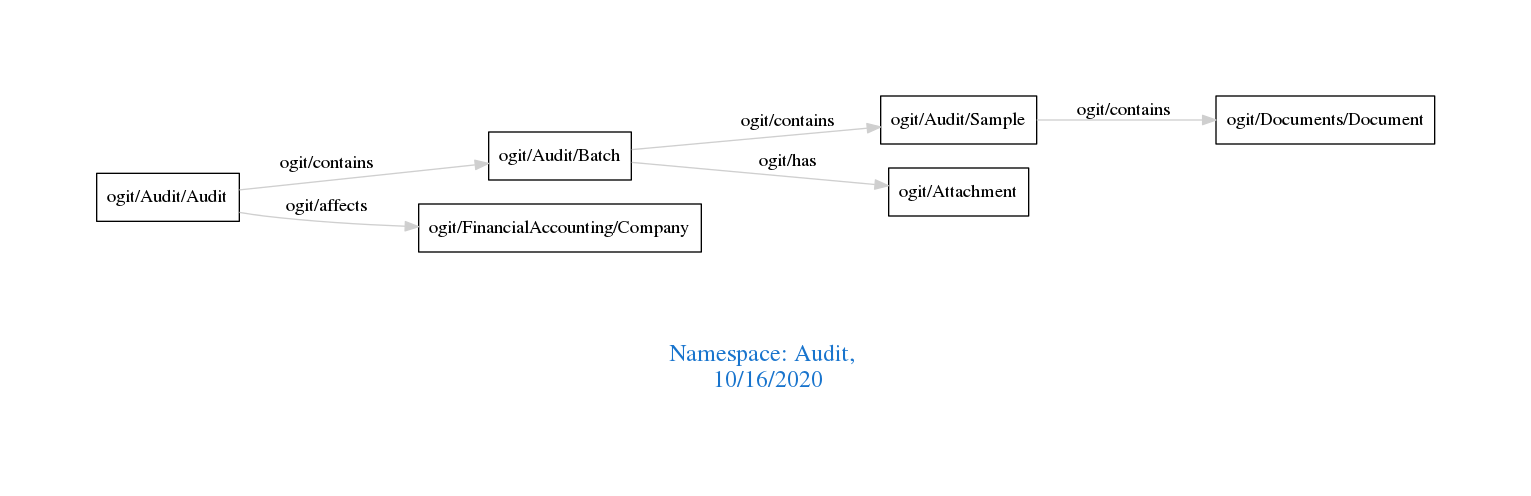
This is downloads/Audit.png from arago/OGIT, a Graphviz export, as it was before one commit. Its source is kept beside it as downloads/Audit.dot.
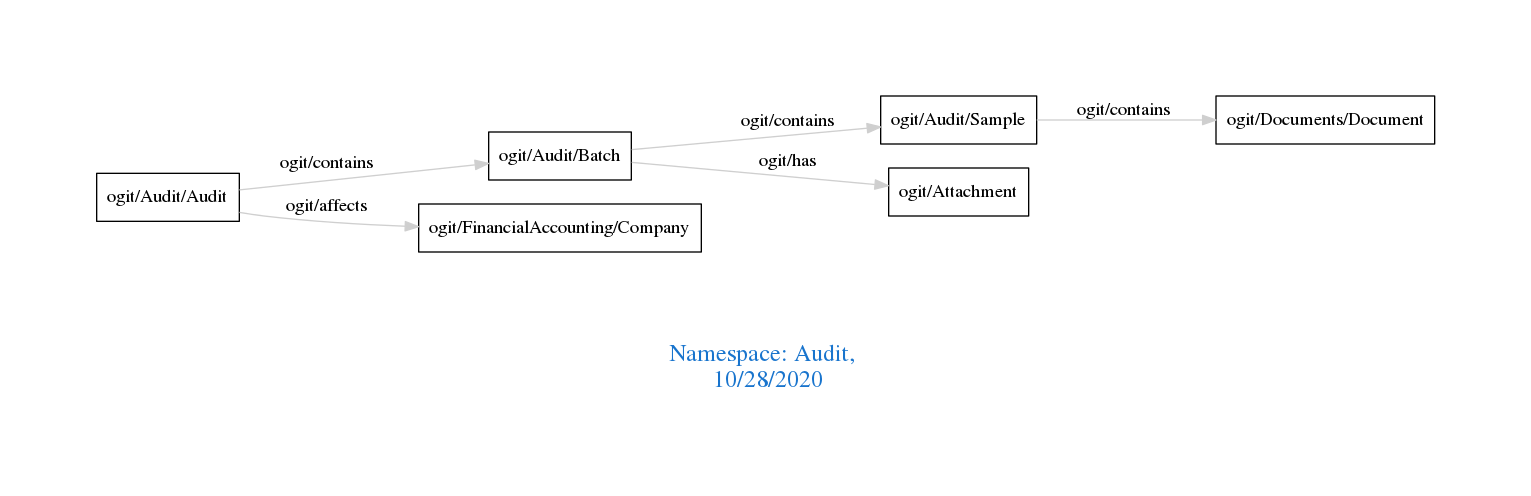
After the commit.

Change to the diagram source:
```diff
@@ -1,7 +1,7 @@
 digraph OGIT_ontology {
  graph [ rankdir= LR,pad=1
 fontsize = 18,
-fontcolor= dodgerblue3,label = "\n\n\nNamespace: Audit, \n 10/16/2020"];
+fontcolor= dodgerblue3,label = "\n\n\nNamespace: Audit, \n 10/28/2020"];
 node[shape=polygon];
 edge [  color="gray81"];
 
```
